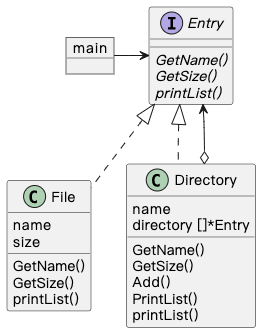
Earlier version of the PlantUML export 11_composite/composite.png (A11Might/golang-design-pattern). Its source is kept beside it as 11_composite/composite.puml. Its diagram source:
```plantuml
@startuml

object main
interface Entry {
    {abstract}GetName()
    {abstract}GetSize()
    {abstract}printList()
}
class File {
    name
    size
    GetName()
    GetSize()
    printList()
}
class Directory {
    name
    directory []*Entry
    GetName()
    GetSize()
    Add()
    PrintList()
    printList()
}

main -> Entry
Entry <|.. File
Entry <|.. Directory
Entry <--o Directory

@enduml
```
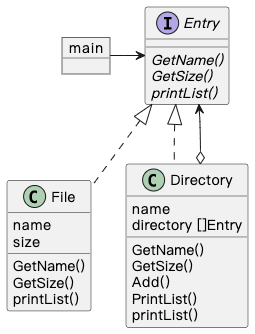
The same file after the commit.

What changed in the source:
```diff
@@ -15,7 +15,7 @@
 }
 class Directory {
     name
-    directory []*Entry
+    directory []Entry
     GetName()
     GetSize()
     Add()
```
